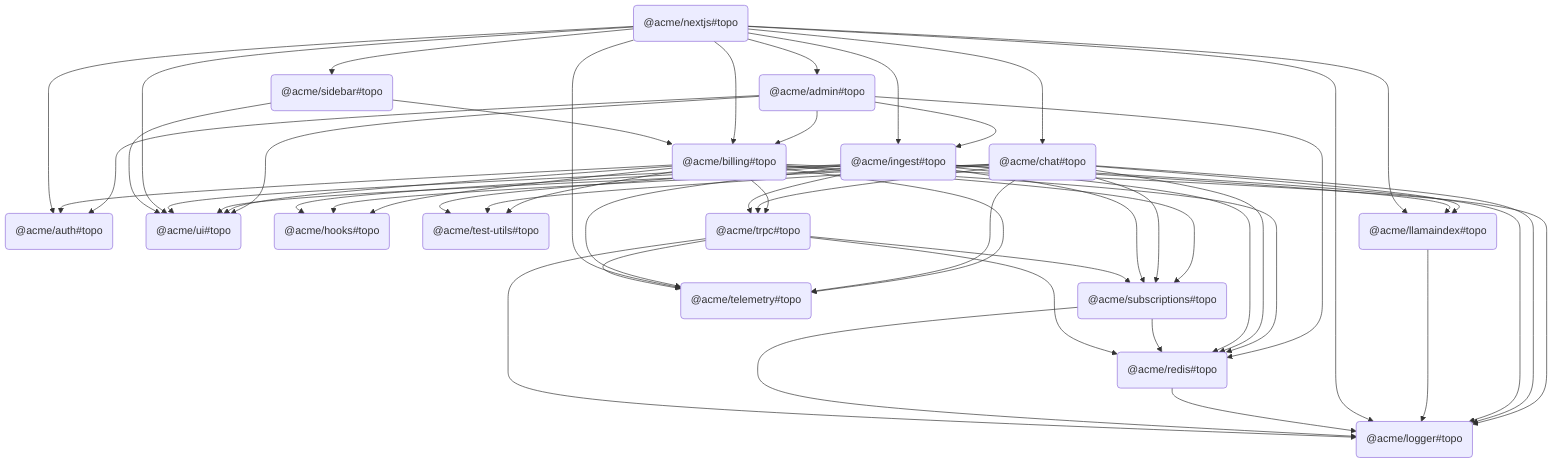
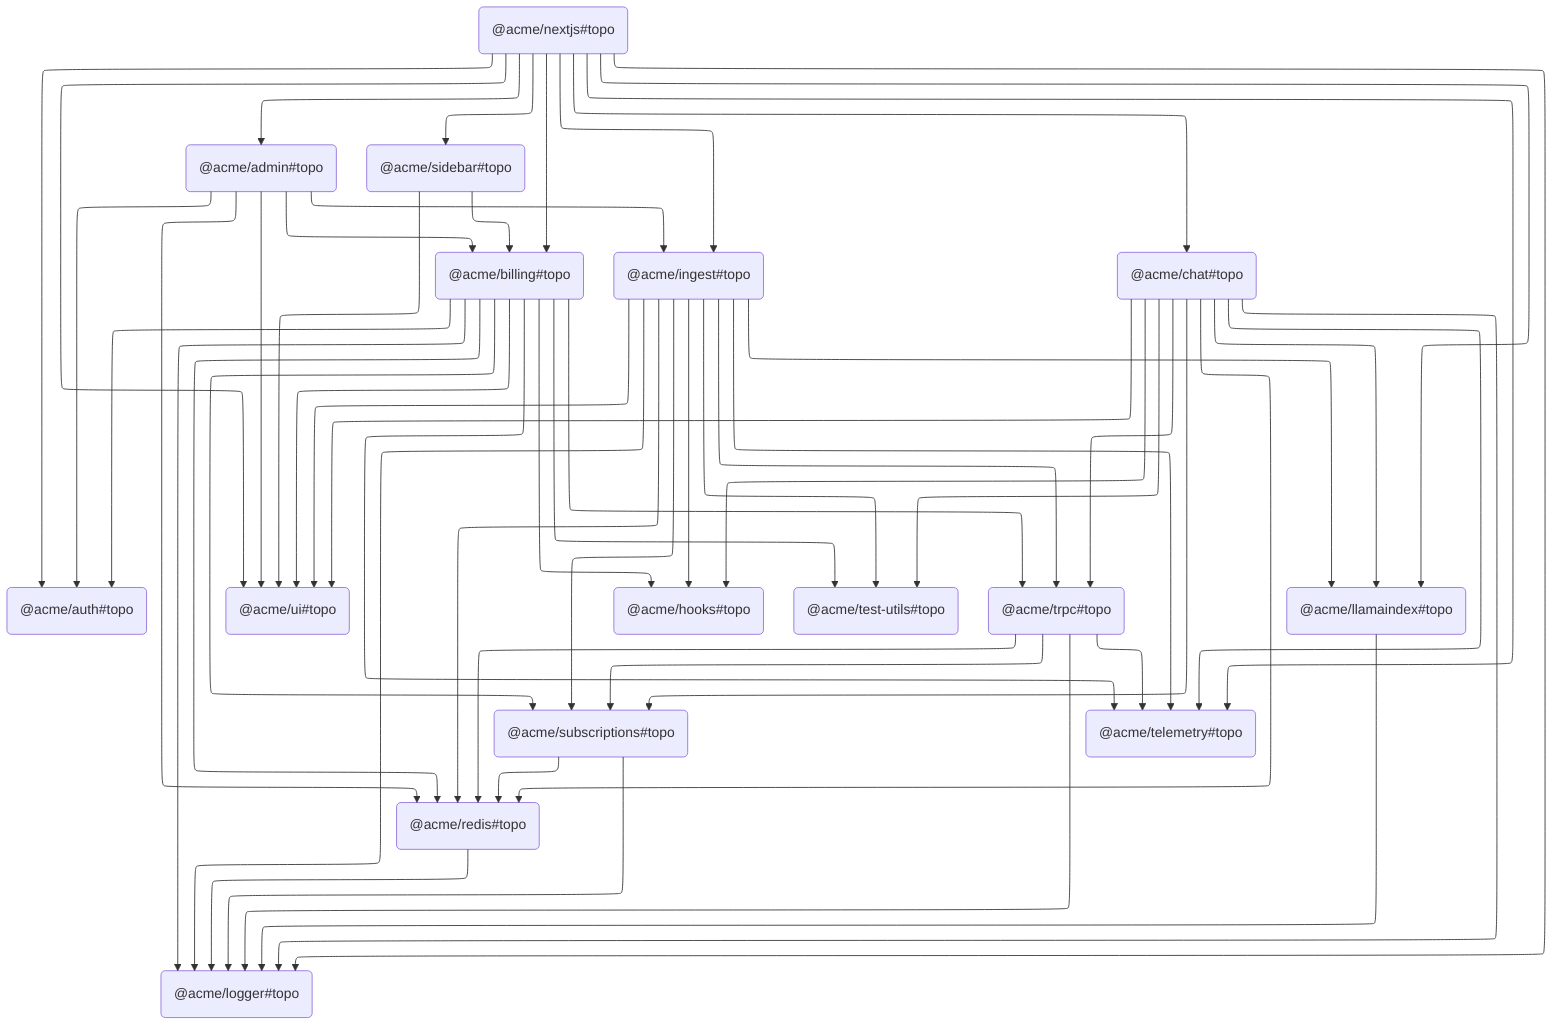
+ ---
+ config:
+   layout: elk
+ ---
graph TD
	QHZT("@acme/admin#topo") --> ETTT("@acme/auth#topo")
	QHZT("@acme/admin#topo") --> JEGP("@acme/billing#topo")
	QHZT("@acme/admin#topo") --> LRHC("@acme/ingest#topo")
	QHZT("@acme/admin#topo") --> VELR("@acme/redis#topo")
	QHZT("@acme/admin#topo") --> WCIN("@acme/ui#topo")
	JEGP("@acme/billing#topo") --> ETTT("@acme/auth#topo")
	JEGP("@acme/billing#topo") --> TPBW("@acme/hooks#topo")
	JEGP("@acme/billing#topo") --> BHWE("@acme/logger#topo")
	JEGP("@acme/billing#topo") --> VELR("@acme/redis#topo")
	JEGP("@acme/billing#topo") --> MKNG("@acme/subscriptions#topo")
	JEGP("@acme/billing#topo") --> IRKD("@acme/telemetry#topo")
	JEGP("@acme/billing#topo") --> UWBQ("@acme/test-utils#topo")
	JEGP("@acme/billing#topo") --> FBWM("@acme/trpc#topo")
	JEGP("@acme/billing#topo") --> WCIN("@acme/ui#topo")
	GVMR("@acme/chat#topo") --> TPBW("@acme/hooks#topo")
	GVMR("@acme/chat#topo") --> ITTZ("@acme/llamaindex#topo")
	GVMR("@acme/chat#topo") --> BHWE("@acme/logger#topo")
	GVMR("@acme/chat#topo") --> VELR("@acme/redis#topo")
	GVMR("@acme/chat#topo") --> MKNG("@acme/subscriptions#topo")
	GVMR("@acme/chat#topo") --> IRKD("@acme/telemetry#topo")
	GVMR("@acme/chat#topo") --> UWBQ("@acme/test-utils#topo")
	GVMR("@acme/chat#topo") --> FBWM("@acme/trpc#topo")
	GVMR("@acme/chat#topo") --> WCIN("@acme/ui#topo")
	LRHC("@acme/ingest#topo") --> TPBW("@acme/hooks#topo")
	LRHC("@acme/ingest#topo") --> ITTZ("@acme/llamaindex#topo")
	LRHC("@acme/ingest#topo") --> BHWE("@acme/logger#topo")
	LRHC("@acme/ingest#topo") --> VELR("@acme/redis#topo")
	LRHC("@acme/ingest#topo") --> MKNG("@acme/subscriptions#topo")
	LRHC("@acme/ingest#topo") --> IRKD("@acme/telemetry#topo")
	LRHC("@acme/ingest#topo") --> UWBQ("@acme/test-utils#topo")
	LRHC("@acme/ingest#topo") --> FBWM("@acme/trpc#topo")
	LRHC("@acme/ingest#topo") --> WCIN("@acme/ui#topo")
	ITTZ("@acme/llamaindex#topo") --> BHWE("@acme/logger#topo")
	NEPG("@acme/nextjs#topo") --> QHZT("@acme/admin#topo")
	NEPG("@acme/nextjs#topo") --> ETTT("@acme/auth#topo")
	NEPG("@acme/nextjs#topo") --> JEGP("@acme/billing#topo")
	NEPG("@acme/nextjs#topo") --> GVMR("@acme/chat#topo")
	NEPG("@acme/nextjs#topo") --> LRHC("@acme/ingest#topo")
	NEPG("@acme/nextjs#topo") --> ITTZ("@acme/llamaindex#topo")
	NEPG("@acme/nextjs#topo") --> BHWE("@acme/logger#topo")
	NEPG("@acme/nextjs#topo") --> WJGP("@acme/sidebar#topo")
	NEPG("@acme/nextjs#topo") --> IRKD("@acme/telemetry#topo")
	NEPG("@acme/nextjs#topo") --> WCIN("@acme/ui#topo")
	VELR("@acme/redis#topo") --> BHWE("@acme/logger#topo")
	WJGP("@acme/sidebar#topo") --> JEGP("@acme/billing#topo")
	WJGP("@acme/sidebar#topo") --> WCIN("@acme/ui#topo")
	MKNG("@acme/subscriptions#topo") --> BHWE("@acme/logger#topo")
	MKNG("@acme/subscriptions#topo") --> VELR("@acme/redis#topo")
	FBWM("@acme/trpc#topo") --> BHWE("@acme/logger#topo")
	FBWM("@acme/trpc#topo") --> VELR("@acme/redis#topo")
	FBWM("@acme/trpc#topo") --> MKNG("@acme/subscriptions#topo")
	FBWM("@acme/trpc#topo") --> IRKD("@acme/telemetry#topo")
